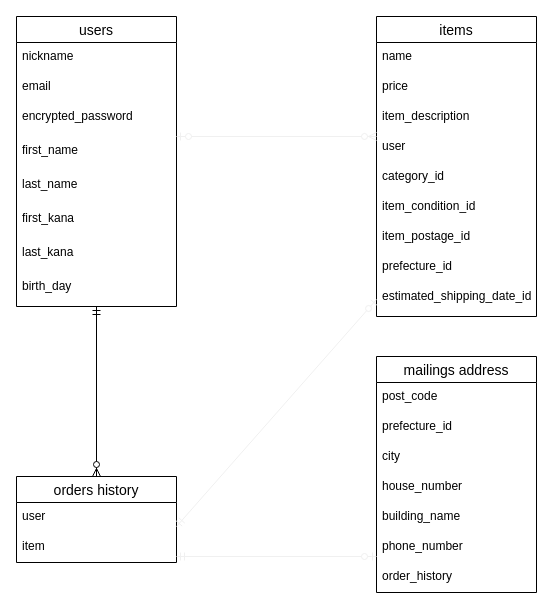
Above: test.dio in roadrunnerair/furima-35908 (draw.io), before the change. Source tidied: cells renumbered, new cells numbered last; positions are measured from the earlier drawing's top-left corner, leaving out a move shared by most shapes. Both pictures are drawn from the tidied source at 100%, with x=0, y=0 at pixel (16, 16).
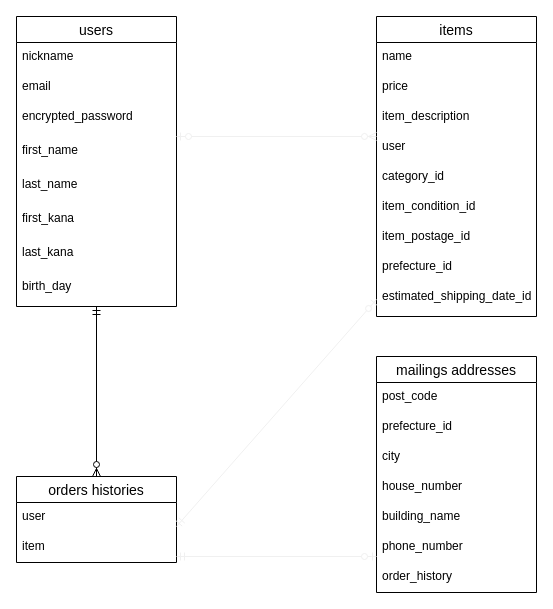
Above is the later version.

Commit message (it also covers changes not shown here):
データベース設計 5

Change to the diagram source:
```diff
@@
-    <mxCell id="21" value="orders history" style="swimlane;fontStyle=0;horizontal=1;startSize=26;align=center;fontSize=14;" parent="1" vertex="1">
+    <mxCell id="21" value="orders histories" style="swimlane;fontStyle=0;horizontal=1;startSize=26;align=center;fontSize=14;" parent="1" vertex="1">
       <mxGeometry y="460" width="160" height="86" as="geometry" />
     </mxCell>
@@
-    <mxCell id="25" value="mailings address" style="swimlane;fontStyle=0;horizontal=1;startSize=26;align=center;fontSize=14;" parent="1" vertex="1">
+    <mxCell id="25" value="mailings addresses" style="swimlane;fontStyle=0;horizontal=1;startSize=26;align=center;fontSize=14;" parent="1" vertex="1">
       <mxGeometry x="360" y="340" width="160" height="236" as="geometry" />
     </mxCell>
```
